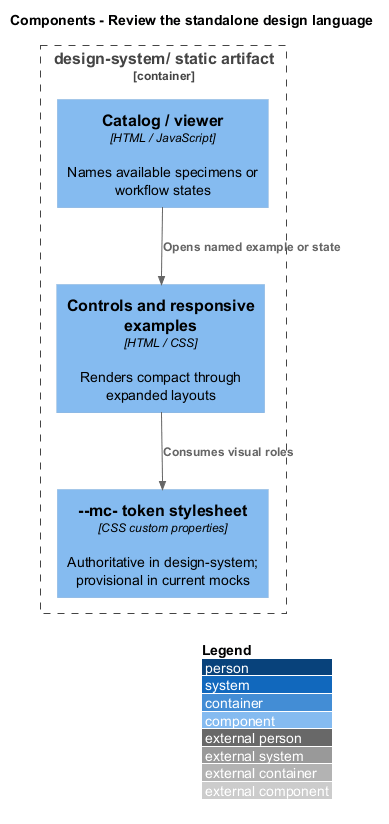
The PlantUML diagram docs/detailed-designs/artifacts/review-design-language/diagrams/c4-component.png in QuinntyneBrown/mission-control, before a commit.
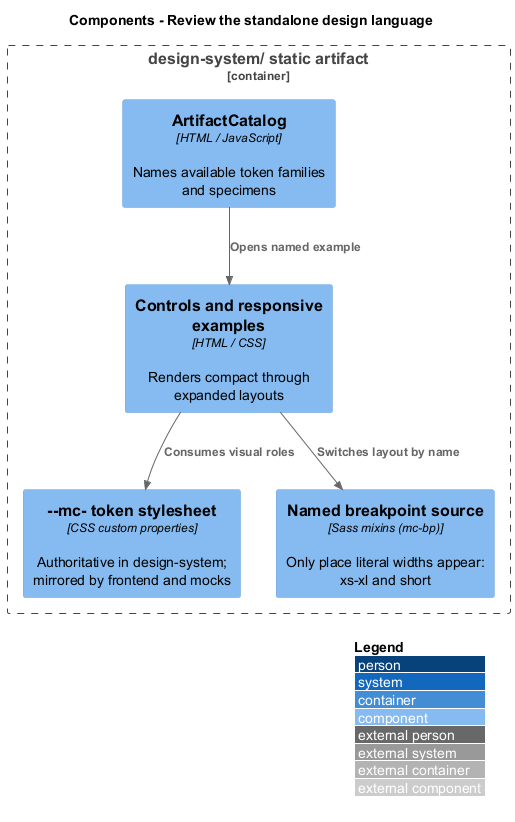
Above is the later version.

What changed in the source:
```diff
@@ -3,10 +3,12 @@
 LAYOUT_WITH_LEGEND()
 title Components - Review the standalone design language
 Container_Boundary(site, "design-system/ static artifact") {
-  Component(catalog, "Catalog / viewer", "HTML / JavaScript", "Names available specimens or workflow states")
+  Component(catalog, "ArtifactCatalog", "HTML / JavaScript", "Names available token families and specimens")
   Component(examples, "Controls and responsive examples", "HTML / CSS", "Renders compact through expanded layouts")
-  Component(tokens, "--mc- token stylesheet", "CSS custom properties", "Authoritative in design-system; provisional in current mocks")
+  Component(tokens, "--mc- token stylesheet", "CSS custom properties", "Authoritative in design-system; mirrored by frontend and mocks")
+  Component(breakpoints, "Named breakpoint source", "Sass mixins (mc-bp)", "Only place literal widths appear: xs-xl and short")
 }
-Rel(catalog, examples, "Opens named example or state")
+Rel(catalog, examples, "Opens named example")
 Rel(examples, tokens, "Consumes visual roles")
+Rel(examples, breakpoints, "Switches layout by name")
 @enduml
```
